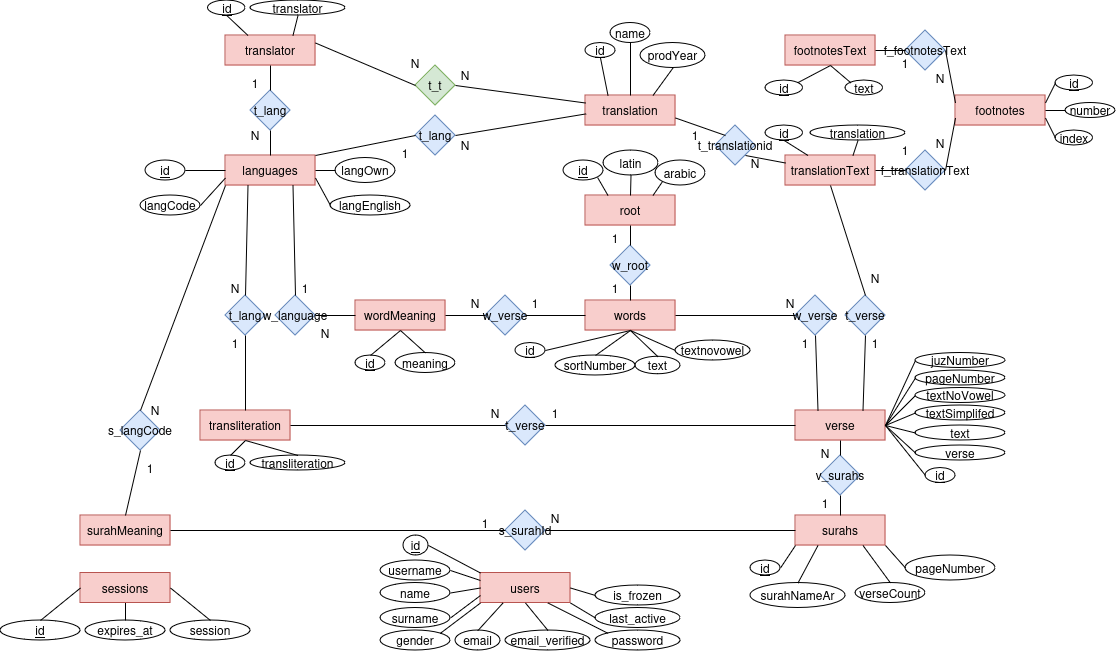
Earlier version of the draw.io export database/database.drawio.png (scriptium-project/scriptium-backend-deprecated). Source tidied: cells renumbered, new cells last; positions are measured from the earlier drawing's top-left corner, leaving out a move shared by most shapes.
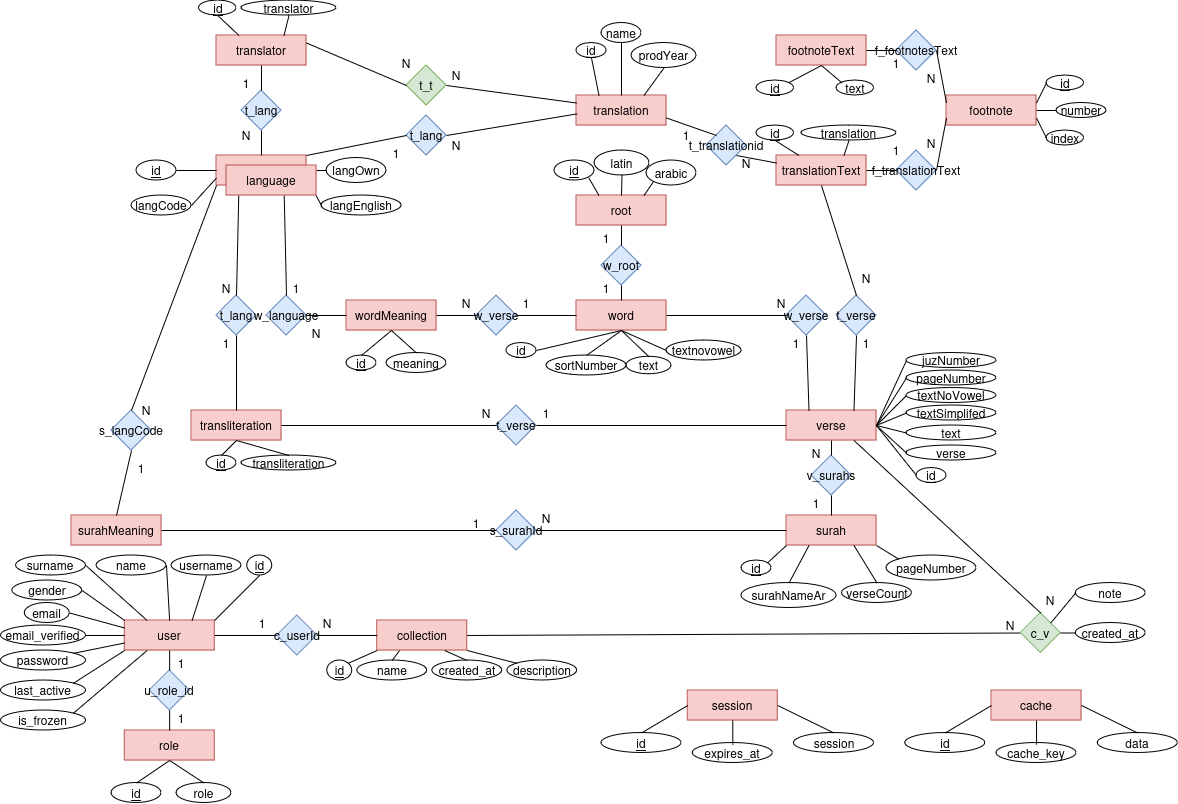
The same diagram one commit later.

What changed in the source:
```diff
@@ -4,6 +4,6 @@
     <mxCell id="1" parent="0" />
-    <mxCell id="2" value="footnotes" style="rounded=0;whiteSpace=wrap;html=1;fillColor=#f8cecc;strokeColor=#b85450;" parent="1" vertex="1">
+    <mxCell id="2" value="footnote" style="rounded=0;whiteSpace=wrap;html=1;fillColor=#f8cecc;strokeColor=#b85450;" parent="1" vertex="1">
       <mxGeometry x="955" y="95" width="90" height="30" as="geometry" />
     </mxCell>
-    <mxCell id="3" value="footnotesText" style="rounded=0;whiteSpace=wrap;html=1;fillColor=#f8cecc;strokeColor=#b85450;" parent="1" vertex="1">
+    <mxCell id="3" value="footnoteText" style="rounded=0;whiteSpace=wrap;html=1;fillColor=#f8cecc;strokeColor=#b85450;" parent="1" vertex="1">
       <mxGeometry x="785" y="35" width="90" height="30" as="geometry" />
@@ -34,3 +34,3 @@
     </mxCell>
-    <mxCell id="12" value="languages" style="rounded=0;whiteSpace=wrap;html=1;fillColor=#f8cecc;strokeColor=#b85450;" parent="1" vertex="1">
+    <mxCell id="12" value="language" style="rounded=0;whiteSpace=wrap;html=1;fillColor=#f8cecc;strokeColor=#b85450;" parent="1" vertex="1">
       <mxGeometry x="225" y="155" width="90" height="30" as="geometry" />
@@ -109,3 +109,3 @@
     </mxCell>
-    <mxCell id="37" value="surahs" style="rounded=0;whiteSpace=wrap;html=1;fillColor=#f8cecc;strokeColor=#b85450;" parent="1" vertex="1">
+    <mxCell id="37" value="surah" style="rounded=0;whiteSpace=wrap;html=1;fillColor=#f8cecc;strokeColor=#b85450;" parent="1" vertex="1">
       <mxGeometry x="795" y="515" width="90" height="30" as="geometry" />
@@ -121,3 +121,3 @@
     </mxCell>
-    <mxCell id="41" value="words" style="rounded=0;whiteSpace=wrap;html=1;fillColor=#f8cecc;strokeColor=#b85450;" parent="1" vertex="1">
+    <mxCell id="41" value="word" style="rounded=0;whiteSpace=wrap;html=1;fillColor=#f8cecc;strokeColor=#b85450;" parent="1" vertex="1">
       <mxGeometry x="585" y="300" width="90" height="30" as="geometry" />
@@ -365,8 +365,8 @@
     <mxCell id="122" value="verseCount" style="ellipse;whiteSpace=wrap;html=1;" parent="1" vertex="1">
-      <mxGeometry x="855" y="582.5" width="70" height="20" as="geometry" />
+      <mxGeometry x="850.5" y="582.5" width="70" height="20" as="geometry" />
     </mxCell>
     <mxCell id="123" value="pageNumber" style="ellipse;whiteSpace=wrap;html=1;" parent="1" vertex="1">
-      <mxGeometry x="905" y="555" width="90" height="25" as="geometry" />
+      <mxGeometry x="895" y="555" width="90" height="25" as="geometry" />
     </mxCell>
-    <mxCell id="124" style="endArrow=none;html=1;rounded=0;entryX=0;entryY=1;entryDx=0;entryDy=0;exitX=1;exitY=0.5;exitDx=0;exitDy=0;" parent="1" edge="1" source="120" target="37">
+    <mxCell id="124" style="endArrow=none;html=1;rounded=0;entryX=0;entryY=1;entryDx=0;entryDy=0;exitX=1;exitY=0;exitDx=0;exitDy=0;" parent="1" edge="1" source="120" target="37">
       <mxGeometry relative="1" as="geometry" />
@@ -379,3 +379,3 @@
     </mxCell>
-    <mxCell id="127" style="endArrow=none;html=1;rounded=0;entryX=0;entryY=0.5;entryDx=0;entryDy=0;exitX=1;exitY=1;exitDx=0;exitDy=0;" parent="1" edge="1" source="37" target="123">
+    <mxCell id="127" style="endArrow=none;html=1;rounded=0;entryX=0;entryY=0;entryDx=0;entryDy=0;exitX=1;exitY=1;exitDx=0;exitDy=0;" parent="1" edge="1" source="37" target="123">
       <mxGeometry relative="1" as="geometry" />
@@ -511,46 +511,46 @@
     </mxCell>
-    <mxCell id="171" value="users" style="rounded=0;whiteSpace=wrap;html=1;fillColor=#f8cecc;strokeColor=#b85450;" parent="1" vertex="1">
-      <mxGeometry x="480" y="572.5" width="90" height="30" as="geometry" />
+    <mxCell id="171" value="user" style="rounded=0;whiteSpace=wrap;html=1;fillColor=#f8cecc;strokeColor=#b85450;" parent="1" vertex="1">
+      <mxGeometry x="133.1" y="620" width="90" height="30" as="geometry" />
     </mxCell>
-    <mxCell id="172" value="sessions" style="rounded=0;whiteSpace=wrap;html=1;fillColor=#f8cecc;strokeColor=#b85450;" parent="1" vertex="1">
-      <mxGeometry x="80" y="572.5" width="90" height="30" as="geometry" />
+    <mxCell id="172" value="session" style="rounded=0;whiteSpace=wrap;html=1;fillColor=#f8cecc;strokeColor=#b85450;" parent="1" vertex="1">
+      <mxGeometry x="696.2" y="690" width="90" height="30" as="geometry" />
     </mxCell>
     <mxCell id="173" value="&lt;u&gt;id&lt;/u&gt;" style="ellipse;whiteSpace=wrap;html=1;" parent="1" vertex="1">
-      <mxGeometry y="620" width="80" height="20" as="geometry" />
+      <mxGeometry x="610" y="732.5" width="80" height="20" as="geometry" />
     </mxCell>
     <mxCell id="174" value="expires_at" style="ellipse;whiteSpace=wrap;html=1;" parent="1" vertex="1">
-      <mxGeometry x="85" y="620" width="80" height="20" as="geometry" />
+      <mxGeometry x="701.2" y="742.5" width="80" height="20" as="geometry" />
     </mxCell>
     <mxCell id="175" value="session" style="ellipse;whiteSpace=wrap;html=1;" parent="1" vertex="1">
-      <mxGeometry x="170" y="620" width="80" height="20" as="geometry" />
+      <mxGeometry x="802.5" y="732.5" width="80" height="20" as="geometry" />
     </mxCell>
     <mxCell id="176" value="&lt;u&gt;id&lt;/u&gt;" style="ellipse;whiteSpace=wrap;html=1;" parent="1" vertex="1">
-      <mxGeometry x="403" y="535" width="25" height="20" as="geometry" />
+      <mxGeometry x="255.6" y="555" width="25" height="20" as="geometry" />
     </mxCell>
     <mxCell id="177" value="username" style="ellipse;whiteSpace=wrap;html=1;" parent="1" vertex="1">
-      <mxGeometry x="380" y="560" width="70" height="20" as="geometry" />
+      <mxGeometry x="180" y="555" width="70" height="20" as="geometry" />
     </mxCell>
     <mxCell id="178" value="name" style="ellipse;whiteSpace=wrap;html=1;" parent="1" vertex="1">
-      <mxGeometry x="380" y="582.5" width="70" height="20" as="geometry" />
+      <mxGeometry x="105" y="555" width="70" height="20" as="geometry" />
     </mxCell>
     <mxCell id="179" value="surname" style="ellipse;whiteSpace=wrap;html=1;" parent="1" vertex="1">
-      <mxGeometry x="380" y="607.5" width="70" height="20" as="geometry" />
+      <mxGeometry x="24.4" y="555" width="70" height="20" as="geometry" />
     </mxCell>
     <mxCell id="180" value="gender" style="ellipse;whiteSpace=wrap;html=1;" parent="1" vertex="1">
-      <mxGeometry x="380" y="630" width="70" height="20" as="geometry" />
+      <mxGeometry x="20.6" y="580" width="70" height="20" as="geometry" />
     </mxCell>
     <mxCell id="181" value="email" style="ellipse;whiteSpace=wrap;html=1;" parent="1" vertex="1">
-      <mxGeometry x="455" y="630" width="45" height="20" as="geometry" />
+      <mxGeometry x="33.1" y="602.5" width="45" height="20" as="geometry" />
     </mxCell>
     <mxCell id="182" value="email_verified" style="ellipse;whiteSpace=wrap;html=1;" parent="1" vertex="1">
-      <mxGeometry x="505" y="630" width="85" height="20" as="geometry" />
+      <mxGeometry x="9.4" y="625" width="85" height="20" as="geometry" />
     </mxCell>
     <mxCell id="183" value="password" style="ellipse;whiteSpace=wrap;html=1;" parent="1" vertex="1">
-      <mxGeometry x="595" y="630" width="85" height="20" as="geometry" />
+      <mxGeometry x="9.4" y="650" width="85" height="20" as="geometry" />
     </mxCell>
     <mxCell id="184" value="last_active" style="ellipse;whiteSpace=wrap;html=1;" parent="1" vertex="1">
-      <mxGeometry x="595" y="607.5" width="85" height="20" as="geometry" />
+      <mxGeometry x="9.4" y="680" width="85" height="20" as="geometry" />
     </mxCell>
     <mxCell id="185" value="is_frozen" style="ellipse;whiteSpace=wrap;html=1;" parent="1" vertex="1">
-      <mxGeometry x="595" y="585" width="85" height="20" as="geometry" />
+      <mxGeometry x="9.4" y="710" width="85" height="20" as="geometry" />
     </mxCell>
@@ -559,3 +559,3 @@
     </mxCell>
-    <mxCell id="187" style="endArrow=none;html=1;rounded=0;exitX=0.5;exitY=0;exitDx=0;exitDy=0;entryX=0.5;entryY=1;entryDx=0;entryDy=0;" parent="1" edge="1" source="174" target="172">
+    <mxCell id="187" style="endArrow=none;html=1;rounded=0;entryX=0.5;entryY=1;entryDx=0;entryDy=0;exitX=0.501;exitY=0.079;exitDx=0;exitDy=0;exitPerimeter=0;" parent="1" edge="1" source="174" target="172">
       <mxGeometry relative="1" as="geometry" />
@@ -565,32 +565,155 @@
     </mxCell>
-    <mxCell id="189" style="endArrow=none;html=1;rounded=0;exitX=1;exitY=0.5;exitDx=0;exitDy=0;entryX=0;entryY=0;entryDx=0;entryDy=0;" parent="1" edge="1" source="176" target="171">
+    <mxCell id="189" style="endArrow=none;html=1;rounded=0;exitX=0.5;exitY=1;exitDx=0;exitDy=0;entryX=1;entryY=0;entryDx=0;entryDy=0;" parent="1" edge="1" source="176" target="171">
       <mxGeometry relative="1" as="geometry" />
     </mxCell>
-    <mxCell id="190" style="endArrow=none;html=1;rounded=0;exitX=1;exitY=0.5;exitDx=0;exitDy=0;entryX=0;entryY=0.25;entryDx=0;entryDy=0;" parent="1" edge="1" source="177" target="171">
+    <mxCell id="190" style="endArrow=none;html=1;rounded=0;exitX=0.5;exitY=1;exitDx=0;exitDy=0;entryX=0.75;entryY=0;entryDx=0;entryDy=0;" parent="1" edge="1" source="177" target="171">
       <mxGeometry relative="1" as="geometry" />
     </mxCell>
-    <mxCell id="191" style="endArrow=none;html=1;rounded=0;exitX=1;exitY=0.5;exitDx=0;exitDy=0;entryX=0;entryY=0.5;entryDx=0;entryDy=0;" parent="1" edge="1" source="178" target="171">
+    <mxCell id="191" style="endArrow=none;html=1;rounded=0;exitX=1;exitY=0.5;exitDx=0;exitDy=0;entryX=0.5;entryY=0;entryDx=0;entryDy=0;" parent="1" edge="1" source="178" target="171">
       <mxGeometry relative="1" as="geometry" />
     </mxCell>
-    <mxCell id="192" style="endArrow=none;html=1;rounded=0;exitX=1;exitY=0.5;exitDx=0;exitDy=0;entryX=0;entryY=0.75;entryDx=0;entryDy=0;" parent="1" edge="1" source="179" target="171">
+    <mxCell id="192" style="endArrow=none;html=1;rounded=0;exitX=1;exitY=0.5;exitDx=0;exitDy=0;entryX=0.25;entryY=0;entryDx=0;entryDy=0;" parent="1" edge="1" source="179" target="171">
       <mxGeometry relative="1" as="geometry" />
     </mxCell>
-    <mxCell id="193" style="endArrow=none;html=1;rounded=0;exitX=1;exitY=0;exitDx=0;exitDy=0;entryX=0;entryY=1;entryDx=0;entryDy=0;" parent="1" edge="1" source="180" target="171">
+    <mxCell id="193" style="endArrow=none;html=1;rounded=0;exitX=1;exitY=0.5;exitDx=0;exitDy=0;entryX=0;entryY=0;entryDx=0;entryDy=0;" parent="1" edge="1" source="180" target="171">
       <mxGeometry relative="1" as="geometry" />
     </mxCell>
-    <mxCell id="194" style="endArrow=none;html=1;rounded=0;exitX=0.5;exitY=0;exitDx=0;exitDy=0;entryX=0.25;entryY=1;entryDx=0;entryDy=0;" parent="1" edge="1" source="181" target="171">
+    <mxCell id="194" style="endArrow=none;html=1;rounded=0;exitX=1;exitY=0.5;exitDx=0;exitDy=0;entryX=0;entryY=0.25;entryDx=0;entryDy=0;" parent="1" edge="1" source="181" target="171">
       <mxGeometry relative="1" as="geometry" />
     </mxCell>
-    <mxCell id="195" style="endArrow=none;html=1;rounded=0;exitX=0.5;exitY=0;exitDx=0;exitDy=0;entryX=0.5;entryY=1;entryDx=0;entryDy=0;" parent="1" edge="1" source="182" target="171">
+    <mxCell id="195" style="endArrow=none;html=1;rounded=0;exitX=1;exitY=0.5;exitDx=0;exitDy=0;entryX=0;entryY=0.5;entryDx=0;entryDy=0;" parent="1" edge="1" source="182" target="171">
       <mxGeometry relative="1" as="geometry" />
     </mxCell>
-    <mxCell id="196" style="endArrow=none;html=1;rounded=0;exitX=0;exitY=0;exitDx=0;exitDy=0;entryX=0.75;entryY=1;entryDx=0;entryDy=0;" parent="1" edge="1" source="183" target="171">
+    <mxCell id="196" style="endArrow=none;html=1;rounded=0;exitX=1;exitY=0;exitDx=0;exitDy=0;entryX=0;entryY=0.75;entryDx=0;entryDy=0;" parent="1" edge="1" source="183" target="171">
       <mxGeometry relative="1" as="geometry" />
     </mxCell>
-    <mxCell id="197" style="endArrow=none;html=1;rounded=0;exitX=0;exitY=0.5;exitDx=0;exitDy=0;entryX=1;entryY=1;entryDx=0;entryDy=0;" parent="1" edge="1" source="184" target="171">
+    <mxCell id="197" style="endArrow=none;html=1;rounded=0;exitX=1;exitY=0;exitDx=0;exitDy=0;entryX=0;entryY=1;entryDx=0;entryDy=0;" parent="1" edge="1" source="184" target="171">
       <mxGeometry relative="1" as="geometry" />
     </mxCell>
-    <mxCell id="198" style="endArrow=none;html=1;rounded=0;exitX=0;exitY=0.5;exitDx=0;exitDy=0;entryX=1;entryY=0.5;entryDx=0;entryDy=0;" parent="1" edge="1" source="185" target="171">
+    <mxCell id="198" style="endArrow=none;html=1;rounded=0;exitX=1;exitY=0;exitDx=0;exitDy=0;entryX=0.25;entryY=1;entryDx=0;entryDy=0;" parent="1" edge="1" source="185" target="171">
       <mxGeometry relative="1" as="geometry" />
     </mxCell>
+    <mxCell id="199" value="collection" style="rounded=0;whiteSpace=wrap;html=1;fillColor=#f8cecc;strokeColor=#b85450;" parent="1" vertex="1">
+      <mxGeometry x="385.6" y="620" width="90" height="30" as="geometry" />
+    </mxCell>
+    <mxCell id="200" style="endArrow=none;html=1;rounded=0;exitX=1;exitY=0.5;exitDx=0;exitDy=0;entryX=0;entryY=0.5;entryDx=0;entryDy=0;" parent="1" edge="1" source="171" target="202">
+      <mxGeometry relative="1" as="geometry" />
+    </mxCell>
+    <mxCell id="201" style="endArrow=none;html=1;rounded=0;entryX=0;entryY=0.5;entryDx=0;entryDy=0;exitX=1;exitY=0.5;exitDx=0;exitDy=0;" parent="1" edge="1" source="202" target="199">
+      <mxGeometry relative="1" as="geometry" />
+    </mxCell>
+    <mxCell id="202" value="c_userId" style="rhombus;whiteSpace=wrap;html=1;fillColor=#dae8fc;strokeColor=#6c8ebf;" parent="1" vertex="1">
+      <mxGeometry x="285.6" y="615" width="40" height="40" as="geometry" />
+    </mxCell>
+    <mxCell id="203" value="1" style="text;html=1;align=center;verticalAlign=middle;whiteSpace=wrap;rounded=0;" parent="1" vertex="1">
+      <mxGeometry x="260.6" y="615" width="20" height="15" as="geometry" />
+    </mxCell>
+    <mxCell id="204" value="N" style="text;html=1;align=center;verticalAlign=middle;whiteSpace=wrap;rounded=0;" parent="1" vertex="1">
+      <mxGeometry x="325.6" y="615" width="20" height="15" as="geometry" />
+    </mxCell>
+    <mxCell id="205" style="endArrow=none;html=1;rounded=0;exitX=1;exitY=0.5;exitDx=0;exitDy=0;entryX=0;entryY=0.5;entryDx=0;entryDy=0;" parent="1" edge="1" source="199" target="206">
+      <mxGeometry relative="1" as="geometry" />
+    </mxCell>
+    <mxCell id="206" value="c_v" style="rhombus;whiteSpace=wrap;html=1;fillColor=#d5e8d4;strokeColor=#82b366;" parent="1" vertex="1">
+      <mxGeometry x="1029.2" y="612.5" width="40" height="40" as="geometry" />
+    </mxCell>
+    <mxCell id="207" style="endArrow=none;html=1;rounded=0;exitX=0.5;exitY=0;exitDx=0;exitDy=0;entryX=0.75;entryY=1;entryDx=0;entryDy=0;" parent="1" edge="1" source="206" target="19">
+      <mxGeometry relative="1" as="geometry" />
+    </mxCell>
+    <mxCell id="208" value="N" style="text;html=1;align=center;verticalAlign=middle;whiteSpace=wrap;rounded=0;" parent="1" vertex="1">
+      <mxGeometry x="1009.2" y="617.5" width="20" height="15" as="geometry" />
+    </mxCell>
+    <mxCell id="209" value="N" style="text;html=1;align=center;verticalAlign=middle;whiteSpace=wrap;rounded=0;" parent="1" vertex="1">
+      <mxGeometry x="1049.2" y="592.5" width="20" height="15" as="geometry" />
+    </mxCell>
+    <mxCell id="210" value="&lt;u&gt;id&lt;/u&gt;" style="ellipse;whiteSpace=wrap;html=1;" parent="1" vertex="1">
+      <mxGeometry x="335.6" y="660" width="25" height="20" as="geometry" />
+    </mxCell>
+    <mxCell id="211" value="name" style="ellipse;whiteSpace=wrap;html=1;" parent="1" vertex="1">
+      <mxGeometry x="365.6" y="660" width="70" height="20" as="geometry" />
+    </mxCell>
+    <mxCell id="212" value="created_at" style="ellipse;whiteSpace=wrap;html=1;" parent="1" vertex="1">
+      <mxGeometry x="440.6" y="660" width="70" height="20" as="geometry" />
+    </mxCell>
+    <mxCell id="213" style="endArrow=none;html=1;rounded=0;exitX=1;exitY=0;exitDx=0;exitDy=0;entryX=0;entryY=1;entryDx=0;entryDy=0;" parent="1" edge="1" source="210" target="199">
+      <mxGeometry relative="1" as="geometry" />
+    </mxCell>
+    <mxCell id="214" style="endArrow=none;html=1;rounded=0;exitX=0.5;exitY=0;exitDx=0;exitDy=0;entryX=0.25;entryY=1;entryDx=0;entryDy=0;" parent="1" edge="1" source="211" target="199">
+      <mxGeometry relative="1" as="geometry" />
+    </mxCell>
+    <mxCell id="215" style="endArrow=none;html=1;rounded=0;exitX=0.5;exitY=0;exitDx=0;exitDy=0;entryX=0.75;entryY=1;entryDx=0;entryDy=0;" parent="1" edge="1" source="212" target="199">
+      <mxGeometry relative="1" as="geometry" />
+    </mxCell>
+    <mxCell id="216" value="created_at" style="ellipse;whiteSpace=wrap;html=1;" parent="1" vertex="1">
+      <mxGeometry x="1084.2" y="622.5" width="70" height="20" as="geometry" />
+    </mxCell>
+    <mxCell id="217" style="endArrow=none;html=1;rounded=0;exitX=0;exitY=0.5;exitDx=0;exitDy=0;entryX=1;entryY=0.5;entryDx=0;entryDy=0;" parent="1" edge="1" source="216" target="206">
+      <mxGeometry relative="1" as="geometry" />
+    </mxCell>
+    <mxCell id="218" value="note" style="ellipse;whiteSpace=wrap;html=1;" parent="1" vertex="1">
+      <mxGeometry x="1084.2" y="582.5" width="70" height="20" as="geometry" />
+    </mxCell>
+    <mxCell id="219" style="endArrow=none;html=1;rounded=0;exitX=0;exitY=0.5;exitDx=0;exitDy=0;entryX=1;entryY=0;entryDx=0;entryDy=0;" parent="1" edge="1" source="218" target="206">
+      <mxGeometry relative="1" as="geometry" />
+    </mxCell>
+    <mxCell id="220" value="description" style="ellipse;whiteSpace=wrap;html=1;" parent="1" vertex="1">
+      <mxGeometry x="515.6" y="660" width="70" height="20" as="geometry" />
+    </mxCell>
+    <mxCell id="221" style="endArrow=none;html=1;rounded=0;exitX=0;exitY=0;exitDx=0;exitDy=0;entryX=1;entryY=1;entryDx=0;entryDy=0;" parent="1" edge="1" source="220" target="199">
+      <mxGeometry relative="1" as="geometry" />
+    </mxCell>
+    <mxCell id="222" value="language" style="rounded=0;whiteSpace=wrap;html=1;fillColor=#f8cecc;strokeColor=#b85450;" parent="1" vertex="1">
+      <mxGeometry x="235" y="165" width="90" height="30" as="geometry" />
+    </mxCell>
+    <mxCell id="223" value="cache" style="rounded=0;whiteSpace=wrap;html=1;fillColor=#f8cecc;strokeColor=#b85450;" parent="1" vertex="1">
+      <mxGeometry x="1000" y="690" width="90" height="30" as="geometry" />
+    </mxCell>
+    <mxCell id="224" value="&lt;u&gt;id&lt;/u&gt;" style="ellipse;whiteSpace=wrap;html=1;" parent="1" vertex="1">
+      <mxGeometry x="913.8" y="732.5" width="80" height="20" as="geometry" />
+    </mxCell>
+    <mxCell id="225" value="cache_key" style="ellipse;whiteSpace=wrap;html=1;" parent="1" vertex="1">
+      <mxGeometry x="1005" y="742.5" width="80" height="20" as="geometry" />
+    </mxCell>
+    <mxCell id="226" value="data" style="ellipse;whiteSpace=wrap;html=1;" parent="1" vertex="1">
+      <mxGeometry x="1106.2" y="732.5" width="80" height="20" as="geometry" />
+    </mxCell>
+    <mxCell id="227" style="endArrow=none;html=1;rounded=0;exitX=0.5;exitY=0;exitDx=0;exitDy=0;entryX=0;entryY=0.5;entryDx=0;entryDy=0;" parent="1" edge="1" source="224" target="223">
+      <mxGeometry relative="1" as="geometry" />
+    </mxCell>
+    <mxCell id="228" style="endArrow=none;html=1;rounded=0;entryX=0.5;entryY=1;entryDx=0;entryDy=0;exitX=0.501;exitY=0.079;exitDx=0;exitDy=0;exitPerimeter=0;" parent="1" edge="1" source="225" target="223">
+      <mxGeometry relative="1" as="geometry" />
+    </mxCell>
+    <mxCell id="229" style="endArrow=none;html=1;rounded=0;exitX=0.5;exitY=0;exitDx=0;exitDy=0;entryX=1;entryY=0.5;entryDx=0;entryDy=0;" parent="1" edge="1" source="226" target="223">
+      <mxGeometry relative="1" as="geometry" />
+    </mxCell>
+    <mxCell id="230" value="role" style="rounded=0;whiteSpace=wrap;html=1;fillColor=#f8cecc;strokeColor=#b85450;" parent="1" vertex="1">
+      <mxGeometry x="133.1" y="730" width="90" height="30" as="geometry" />
+    </mxCell>
+    <mxCell id="231" value="u_role_id" style="rhombus;whiteSpace=wrap;html=1;fillColor=#dae8fc;strokeColor=#6c8ebf;" parent="1" vertex="1">
+      <mxGeometry x="158.1" y="670" width="40" height="40" as="geometry" />
+    </mxCell>
+    <mxCell id="232" style="endArrow=none;html=1;rounded=0;exitX=0.5;exitY=1;exitDx=0;exitDy=0;entryX=0.5;entryY=0;entryDx=0;entryDy=0;" parent="1" edge="1" source="171" target="231">
+      <mxGeometry relative="1" as="geometry" />
+    </mxCell>
+    <mxCell id="233" style="endArrow=none;html=1;rounded=0;exitX=0.5;exitY=1;exitDx=0;exitDy=0;entryX=0.5;entryY=0;entryDx=0;entryDy=0;" parent="1" edge="1" source="231" target="230">
+      <mxGeometry relative="1" as="geometry" />
+    </mxCell>
+    <mxCell id="234" value="1" style="text;html=1;align=center;verticalAlign=middle;whiteSpace=wrap;rounded=0;" parent="1" vertex="1">
+      <mxGeometry x="180" y="655" width="20" height="15" as="geometry" />
+    </mxCell>
+    <mxCell id="235" value="1" style="text;html=1;align=center;verticalAlign=middle;whiteSpace=wrap;rounded=0;" parent="1" vertex="1">
+      <mxGeometry x="180" y="710" width="20" height="15" as="geometry" />
+    </mxCell>
+    <mxCell id="236" value="&lt;u&gt;id&lt;/u&gt;" style="ellipse;whiteSpace=wrap;html=1;" parent="1" vertex="1">
+      <mxGeometry x="120" y="782.5" width="50" height="20" as="geometry" />
+    </mxCell>
+    <mxCell id="237" value="role" style="ellipse;whiteSpace=wrap;html=1;" parent="1" vertex="1">
+      <mxGeometry x="185" y="782.5" width="55" height="20" as="geometry" />
+    </mxCell>
+    <mxCell id="238" style="endArrow=none;html=1;rounded=0;exitX=0.5;exitY=0;exitDx=0;exitDy=0;entryX=0.5;entryY=1;entryDx=0;entryDy=0;" parent="1" edge="1" source="236" target="230">
+      <mxGeometry relative="1" as="geometry" />
+    </mxCell>
+    <mxCell id="239" style="endArrow=none;html=1;rounded=0;exitX=0.5;exitY=0;exitDx=0;exitDy=0;entryX=0.5;entryY=1;entryDx=0;entryDy=0;" parent="1" edge="1" source="237" target="230">
+      <mxGeometry relative="1" as="geometry" />
+    </mxCell>
   </root>
```
